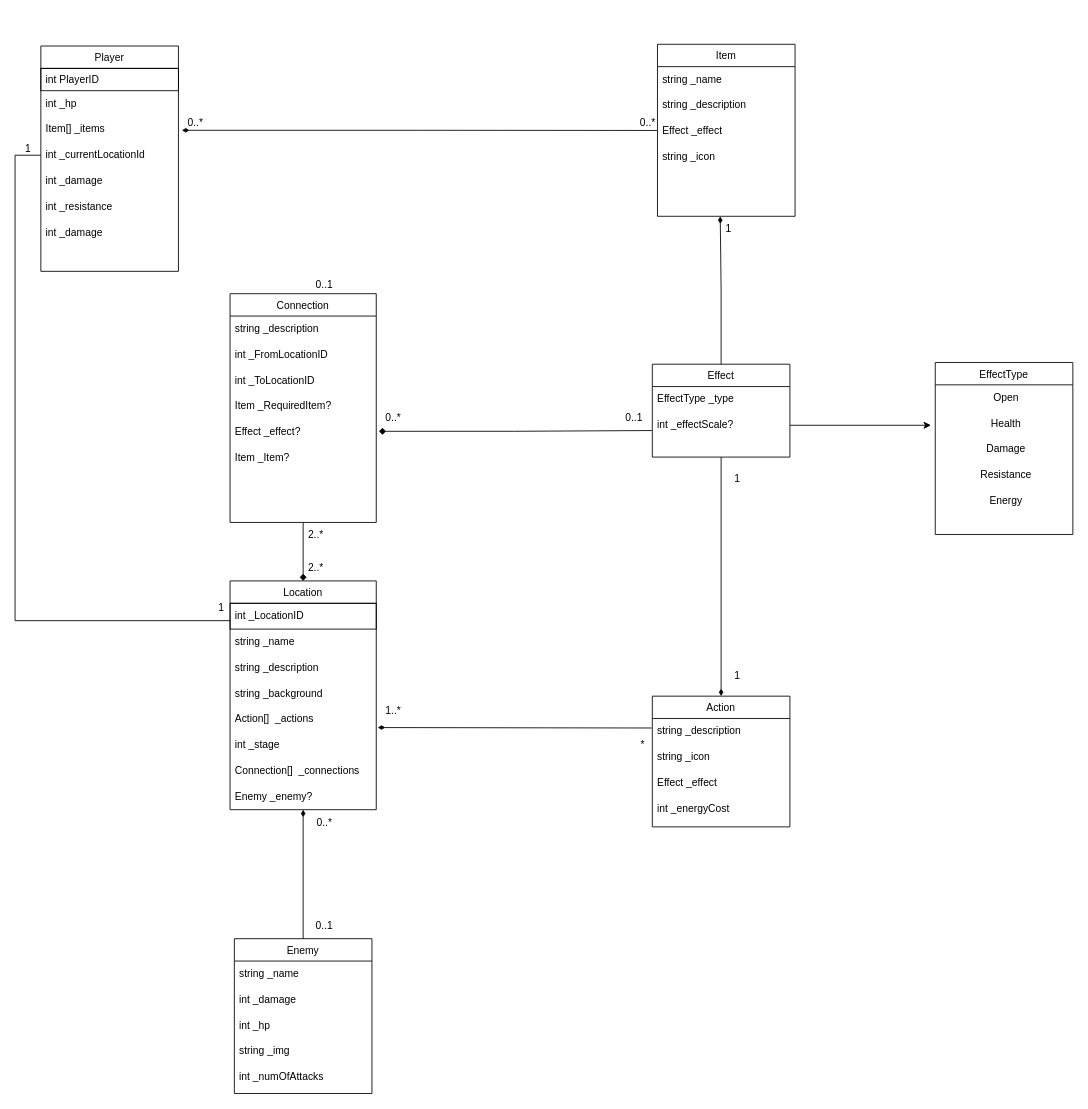
Before: UML/GamebookModels.drawio in pslib-cz/2023-p3a-web-gamebook-kelbasa-matejka, a draw.io diagram. Source tidied: cells renumbered, new cells numbered last; positions are measured from the earlier drawing's top-left corner, leaving out a move shared by most shapes. Both pictures are drawn from the tidied source at 86%, with x=0, y=0 at pixel (15, 44).
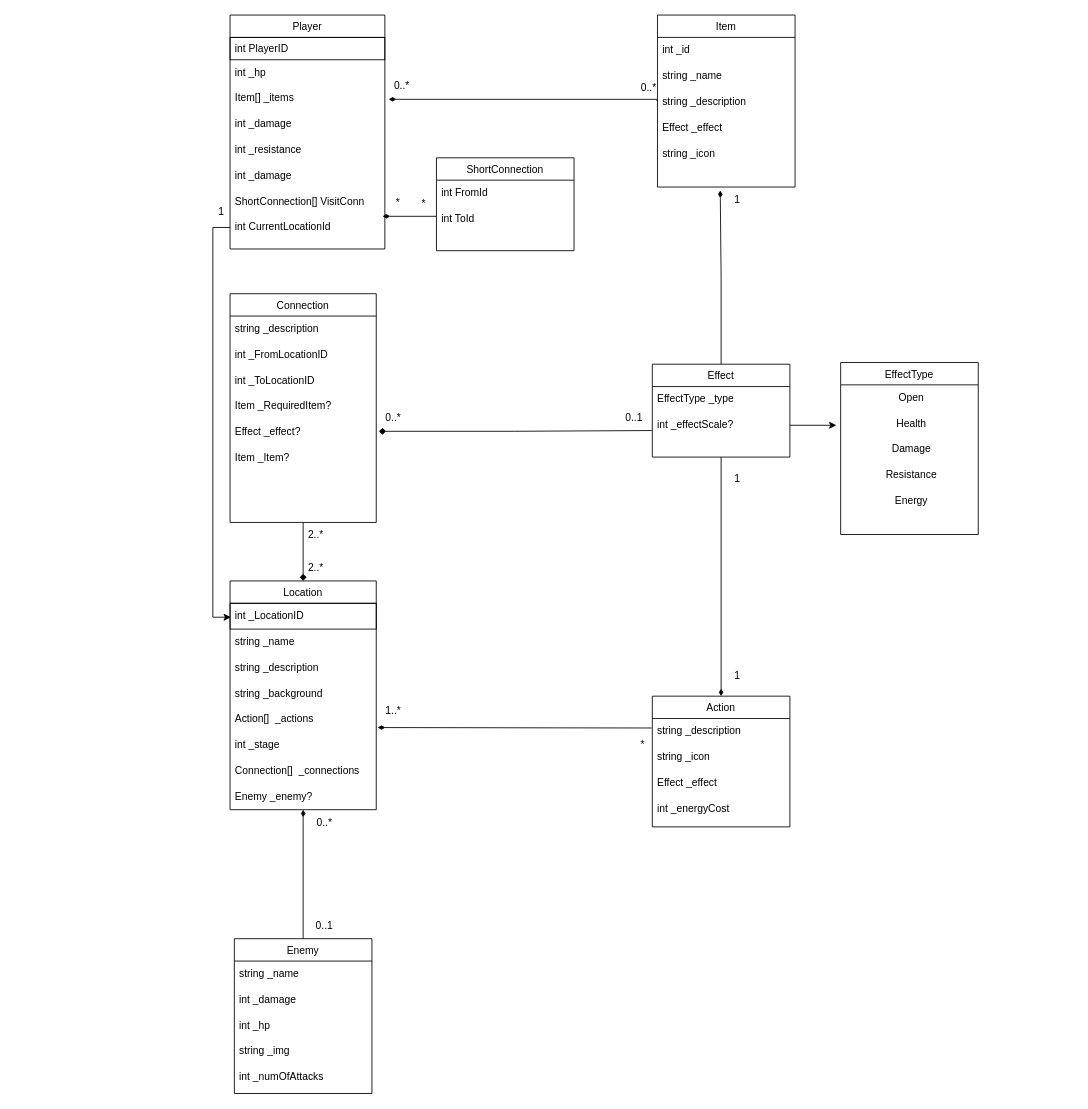
After the change.

Unchanged cells that the change refers to:
```xml
<mxCell id="18" value="Effect" style="swimlane;fontStyle=0;align=center;verticalAlign=top;horizontal=1;startSize=26;rounded=0;shadow=0;strokeWidth=1;" parent="1" vertex="1">
  <mxGeometry x="741" y="372" width="160" height="108" as="geometry" />
</mxCell>
<mxCell id="31" value="int _LocationID" style="text;html=1;align=left;verticalAlign=middle;points=[];strokeColor=default;fillColor=none;spacingLeft=4;" parent="30" vertex="1">
  <mxGeometry y="26" width="170" height="30" as="geometry" />
</mxCell>
```

The edit, as a diff of the source:
```diff
@@
     <mxCell id="2" value="Player" style="swimlane;fontStyle=0;align=center;verticalAlign=top;horizontal=1;startSize=26;rounded=0;shadow=0;strokeWidth=1;" parent="1" vertex="1">
-      <mxGeometry x="30" y="2" width="160" height="262" as="geometry" />
+      <mxGeometry x="250" y="-34" width="180" height="272" as="geometry" />
     </mxCell>
     <mxCell id="3" value="int PlayerID" style="text;align=left;verticalAlign=top;spacingLeft=4;spacingRight=4;overflow=hidden;perimeterSpacing=1;strokeColor=default;" parent="2" vertex="1">
-      <mxGeometry y="26" width="160" height="26" as="geometry" />
+      <mxGeometry y="26" width="180" height="26" as="geometry" />
     </mxCell>
     <mxCell id="4" value="int _hp" style="text;html=1;align=left;verticalAlign=middle;strokeColor=none;fillColor=none;spacingLeft=4;" parent="2" vertex="1">
-      <mxGeometry y="52" width="160" height="30" as="geometry" />
+      <mxGeometry y="52" width="180" height="30" as="geometry" />
     </mxCell>
     <mxCell id="5" value="Item[] _items" style="text;html=1;align=left;verticalAlign=middle;points=[];strokeColor=none;fillColor=none;spacingLeft=4;" parent="2" vertex="1">
-      <mxGeometry y="82" width="160" height="30" as="geometry" />
+      <mxGeometry y="82" width="180" height="30" as="geometry" />
     </mxCell>
-    <mxCell id="6" value="int _currentLocationId" style="text;html=1;align=left;verticalAlign=middle;points=[];strokeColor=none;fillColor=none;spacingLeft=4;" parent="2" vertex="1">
-      <mxGeometry y="112" width="160" height="30" as="geometry" />
-    </mxCell>
     <mxCell id="7" value="int _damage" style="text;html=1;align=left;verticalAlign=middle;strokeColor=none;fillColor=none;spacingLeft=4;" parent="2" vertex="1">
-      <mxGeometry y="142" width="160" height="30" as="geometry" />
+      <mxGeometry y="112" width="180" height="30" as="geometry" />
     </mxCell>
     <mxCell id="8" value="int _resistance" style="text;html=1;align=left;verticalAlign=middle;strokeColor=none;fillColor=none;spacingLeft=4;" parent="2" vertex="1">
-      <mxGeometry y="172" width="160" height="30" as="geometry" />
+      <mxGeometry y="142" width="180" height="30" as="geometry" />
     </mxCell>
     <mxCell id="9" value="int _damage" style="text;html=1;align=left;verticalAlign=middle;strokeColor=none;fillColor=none;spacingLeft=4;" parent="2" vertex="1">
-      <mxGeometry y="202" width="160" height="30" as="geometry" />
+      <mxGeometry y="172" width="180" height="30" as="geometry" />
     </mxCell>
+    <mxCell id="76" value="ShortConnection[] VisitConn" style="text;html=1;align=left;verticalAlign=middle;points=[];strokeColor=none;fillColor=none;spacingLeft=4;" parent="2" vertex="1">
+      <mxGeometry y="202" width="180" height="30" as="geometry" />
+    </mxCell>
+    <mxCell id="77" value="int CurrentLocationId" style="text;html=1;align=left;verticalAlign=middle;points=[];strokeColor=none;fillColor=none;spacingLeft=4;" parent="2" vertex="1">
+      <mxGeometry y="232" width="180" height="30" as="geometry" />
+    </mxCell>
     <mxCell id="10" value="Item" style="swimlane;fontStyle=0;align=center;verticalAlign=top;horizontal=1;startSize=26;rounded=0;shadow=0;strokeWidth=1;" parent="1" vertex="1">
-      <mxGeometry x="747" width="160" height="200" as="geometry" />
+      <mxGeometry x="747" y="-34" width="160" height="200" as="geometry" />
     </mxCell>
+    <mxCell id="78" value="int _id" style="text;html=1;align=left;verticalAlign=middle;strokeColor=none;fillColor=none;spacingLeft=4;" parent="10" vertex="1">
+      <mxGeometry y="26" width="160" height="30" as="geometry" />
+    </mxCell>
     <mxCell id="11" value="string _name" style="text;html=1;align=left;verticalAlign=middle;strokeColor=none;fillColor=none;spacingLeft=4;" parent="10" vertex="1">
-      <mxGeometry y="26" width="160" height="30" as="geometry" />
+      <mxGeometry y="56" width="160" height="30" as="geometry" />
     </mxCell>
     <mxCell id="12" value="string _description" style="text;html=1;align=left;verticalAlign=middle;points=[];strokeColor=none;fillColor=none;spacingLeft=4;" parent="10" vertex="1">
-      <mxGeometry y="56" width="160" height="30" as="geometry" />
+      <mxGeometry y="86" width="160" height="30" as="geometry" />
     </mxCell>
     <mxCell id="13" value="Effect _effect" style="text;html=1;align=left;verticalAlign=middle;points=[];strokeColor=none;fillColor=none;spacingLeft=4;" parent="10" vertex="1">
-      <mxGeometry y="86" width="160" height="30" as="geometry" />
+      <mxGeometry y="116" width="160" height="30" as="geometry" />
     </mxCell>
     <mxCell id="14" value="string _icon" style="text;html=1;align=left;verticalAlign=middle;strokeColor=none;fillColor=none;spacingLeft=4;" parent="10" vertex="1">
-      <mxGeometry y="116" width="160" height="30" as="geometry" />
+      <mxGeometry y="146" width="160" height="30" as="geometry" />
     </mxCell>
-    <mxCell id="15" style="endArrow=none;html=1;rounded=0;exitX=1.025;exitY=0.533;exitDx=0;exitDy=0;startArrow=diamondThin;startFill=1;entryX=-0.004;entryY=0.473;entryDx=0;entryDy=0;entryPerimeter=0;exitPerimeter=0;edgeStyle=orthogonalEdgeStyle;" parent="1" edge="1" source="5" target="13">
-      <mxGeometry relative="1" as="geometry" />
+    <mxCell id="15" style="endArrow=none;html=1;rounded=0;exitX=1.025;exitY=0.533;exitDx=0;exitDy=0;startArrow=diamondThin;startFill=1;entryX=0.001;entryY=0.443;entryDx=0;entryDy=0;entryPerimeter=0;exitPerimeter=0;edgeStyle=orthogonalEdgeStyle;" parent="1" edge="1" source="5" target="12">
+      <mxGeometry relative="1" as="geometry">
+        <Array as="points">
+          <mxPoint x="746" y="66" />
+        </Array>
+      </mxGeometry>
     </mxCell>
-    <mxCell id="16" value="0..*" style="align=right;verticalAlign=bottom;labelBackgroundColor=none;fontSize=12;" parent="1" vertex="1">
-      <mxGeometry x="220" y="100" as="geometry" />
+    <mxCell id="16" style="align=right;verticalAlign=bottom;labelBackgroundColor=none;fontSize=12;" parent="1" vertex="1">
+      <mxGeometry x="440" y="64" as="geometry" />
     </mxCell>
-    <mxCell id="17" value="0..*" style="align=right;verticalAlign=bottom;labelBackgroundColor=none;fontSize=12;" parent="1" vertex="1">
-      <mxGeometry x="747" y="100" as="geometry">
+    <mxCell id="17" style="align=right;verticalAlign=bottom;labelBackgroundColor=none;fontSize=12;" parent="1" vertex="1">
+      <mxGeometry x="747" y="66" as="geometry">
         <mxPoint x="-1" as="offset" />
       </mxGeometry>
     </mxCell>
@@
     <mxCell id="21" style="endArrow=diamondThin;html=1;rounded=0;endFill=1;exitX=0.5;exitY=0;exitDx=0;exitDy=0;edgeStyle=orthogonalEdgeStyle;" parent="1" edge="1" source="18">
       <mxGeometry relative="1" as="geometry">
-        <mxPoint x="820" y="200" as="targetPoint" />
+        <mxPoint x="820" y="170" as="targetPoint" />
       </mxGeometry>
     </mxCell>
     <mxCell id="22" value="1" style="text;html=1;strokeColor=none;fillColor=none;align=center;verticalAlign=middle;whiteSpace=wrap;rounded=0;" parent="1" vertex="1">
-      <mxGeometry x="820" y="200" width="20" height="30" as="geometry" />
+      <mxGeometry x="830" y="166" width="20" height="30" as="geometry" />
     </mxCell>
@@
     <mxCell id="24" value="EffectType" style="swimlane;fontStyle=0;align=center;verticalAlign=top;horizontal=1;startSize=26;rounded=0;shadow=0;strokeWidth=1;" parent="1" vertex="1">
-      <mxGeometry x="1070" y="370" width="160" height="200" as="geometry" />
+      <mxGeometry x="960" y="370" width="160" height="200" as="geometry" />
     </mxCell>
@@
-    <mxCell id="42" style="endArrow=none;html=1;rounded=0;exitX=1.021;exitY=1.072;exitDx=0;exitDy=0;startArrow=none;startFill=0;endFill=0;exitPerimeter=0;edgeStyle=orthogonalEdgeStyle;" parent="1" edge="1" target="6">
-      <mxGeometry relative="1" as="geometry">
-        <mxPoint x="250.4" y="670.2" as="sourcePoint" />
-        <Array as="points">
-          <mxPoint y="670" />
-          <mxPoint y="129" />
-        </Array>
-      </mxGeometry>
-    </mxCell>
-    <mxCell id="43" value="1" style="text;html=1;strokeColor=none;fillColor=none;align=center;verticalAlign=middle;whiteSpace=wrap;rounded=0;" parent="1" vertex="1">
-      <mxGeometry x="230" y="640" width="20" height="30" as="geometry" />
-    </mxCell>
@@
-    <mxCell id="62" value="0..1" style="text;html=1;strokeColor=none;fillColor=none;align=center;verticalAlign=middle;whiteSpace=wrap;rounded=0;" parent="1" vertex="1">
-      <mxGeometry x="350" y="265" width="20" height="30" as="geometry" />
-    </mxCell>
@@
-    <mxCell id="68" value="1" style="align=left;verticalAlign=bottom;labelBackgroundColor=none;fontSize=12;" parent="1" vertex="1">
-      <mxGeometry x="10" y="130" width="160" as="geometry" />
+    <mxCell id="68" style="align=left;verticalAlign=bottom;labelBackgroundColor=none;fontSize=12;" parent="1" vertex="1">
+      <mxGeometry x="230" y="94" width="160" as="geometry" />
     </mxCell>
@@
+    <mxCell id="43" value="1" style="text;html=1;strokeColor=none;fillColor=none;align=center;verticalAlign=middle;whiteSpace=wrap;rounded=0;" parent="1" vertex="1">
+      <mxGeometry x="230" y="180" width="20" height="30" as="geometry" />
+    </mxCell>
+    <mxCell id="79" value="0..*" style="text;html=1;strokeColor=none;fillColor=none;align=center;verticalAlign=middle;whiteSpace=wrap;rounded=0;" parent="1" vertex="1">
+      <mxGeometry x="440" y="34" width="20" height="30" as="geometry" />
+    </mxCell>
+    <mxCell id="80" value="0..*" style="text;html=1;strokeColor=none;fillColor=none;align=center;verticalAlign=middle;whiteSpace=wrap;rounded=0;" parent="1" vertex="1">
+      <mxGeometry x="727" y="36" width="20" height="30" as="geometry" />
+    </mxCell>
+    <mxCell id="81" value="ShortConnection" style="swimlane;fontStyle=0;align=center;verticalAlign=top;horizontal=1;startSize=26;rounded=0;shadow=0;strokeWidth=1;" parent="1" vertex="1">
+      <mxGeometry x="490" y="132" width="160" height="108" as="geometry" />
+    </mxCell>
+    <mxCell id="82" value="int FromId" style="text;html=1;align=left;verticalAlign=middle;strokeColor=none;fillColor=none;spacingLeft=4;" parent="81" vertex="1">
+      <mxGeometry y="26" width="160" height="30" as="geometry" />
+    </mxCell>
+    <mxCell id="83" value="int ToId" style="text;html=1;align=left;verticalAlign=middle;points=[];strokeColor=none;fillColor=none;spacingLeft=4;" parent="81" vertex="1">
+      <mxGeometry y="56" width="160" height="30" as="geometry" />
+    </mxCell>
+    <mxCell id="84" style="edgeStyle=orthogonalEdgeStyle;rounded=0;jettySize=auto;html=1;entryX=0.985;entryY=1.067;entryDx=0;entryDy=0;entryPerimeter=0;endArrow=diamondThin;endFill=1;" parent="1" edge="1" source="83" target="76">
+      <mxGeometry relative="1" as="geometry">
+        <Array as="points">
+          <mxPoint x="505" y="201" />
+        </Array>
+      </mxGeometry>
+    </mxCell>
+    <mxCell id="85" value="*" style="text;html=1;align=center;verticalAlign=middle;strokeColor=none;fillColor=none;" parent="1" vertex="1">
+      <mxGeometry x="430" y="169" width="30" height="30" as="geometry" />
+    </mxCell>
+    <mxCell id="86" value="*" style="text;html=1;align=center;verticalAlign=middle;strokeColor=none;fillColor=none;" parent="1" vertex="1">
+      <mxGeometry x="460" y="171" width="30" height="30" as="geometry" />
+    </mxCell>
+    <mxCell id="87" style="edgeStyle=orthogonalEdgeStyle;rounded=0;jettySize=auto;html=1;entryX=0.006;entryY=0.54;entryDx=0;entryDy=0;entryPerimeter=0;" parent="1" edge="1" source="77" target="31">
+      <mxGeometry relative="1" as="geometry">
+        <Array as="points">
+          <mxPoint x="230" y="213" />
+          <mxPoint x="230" y="666" />
+        </Array>
+      </mxGeometry>
+    </mxCell>
```
